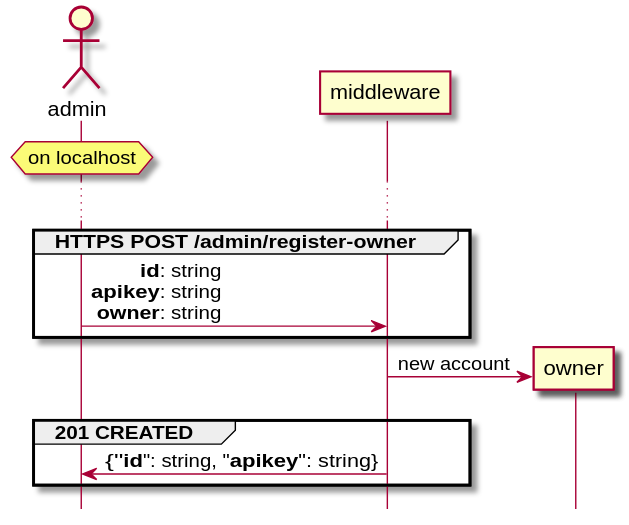
This is DOCS/register-owner.svg from rbccps-iisc/corinthian, a PlantUML export, as it was before one commit.
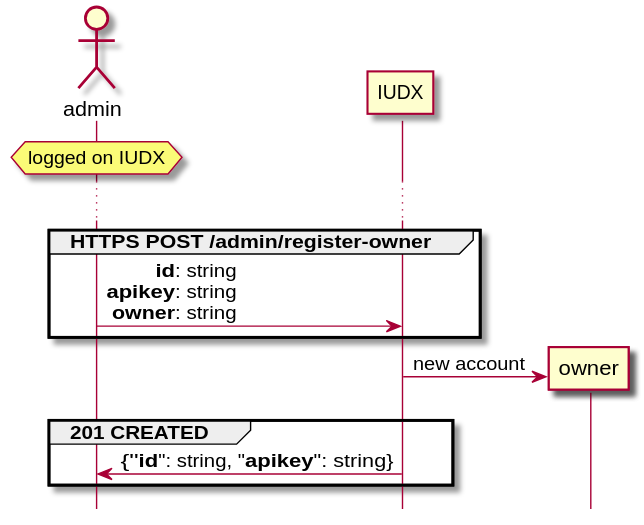
Later version of the same file.

Commit message:
[skip travis] rename middleware with IUDX

What changed in the source:
```diff
@@ -2,17 +2,17 @@
 actor admin
 hide footbox
 
-hnote over admin : on localhost
+hnote over admin : logged on IUDX
 ...
 
 group HTTPS POST /admin/register-owner
-admin -> middleware: **id**: string\r**apikey**: string\r**owner**: string
+admin -> IUDX: **id**: string\r**apikey**: string\r**owner**: string
 end
 
 create owner
-middleware -> owner : new account
+IUDX -> owner : new account
 
 group 201 CREATED
-middleware -> admin: {"**id**": string, "**apikey**": string}
+IUDX -> admin: {"**id**": string, "**apikey**": string}
 end
 @enduml
```
